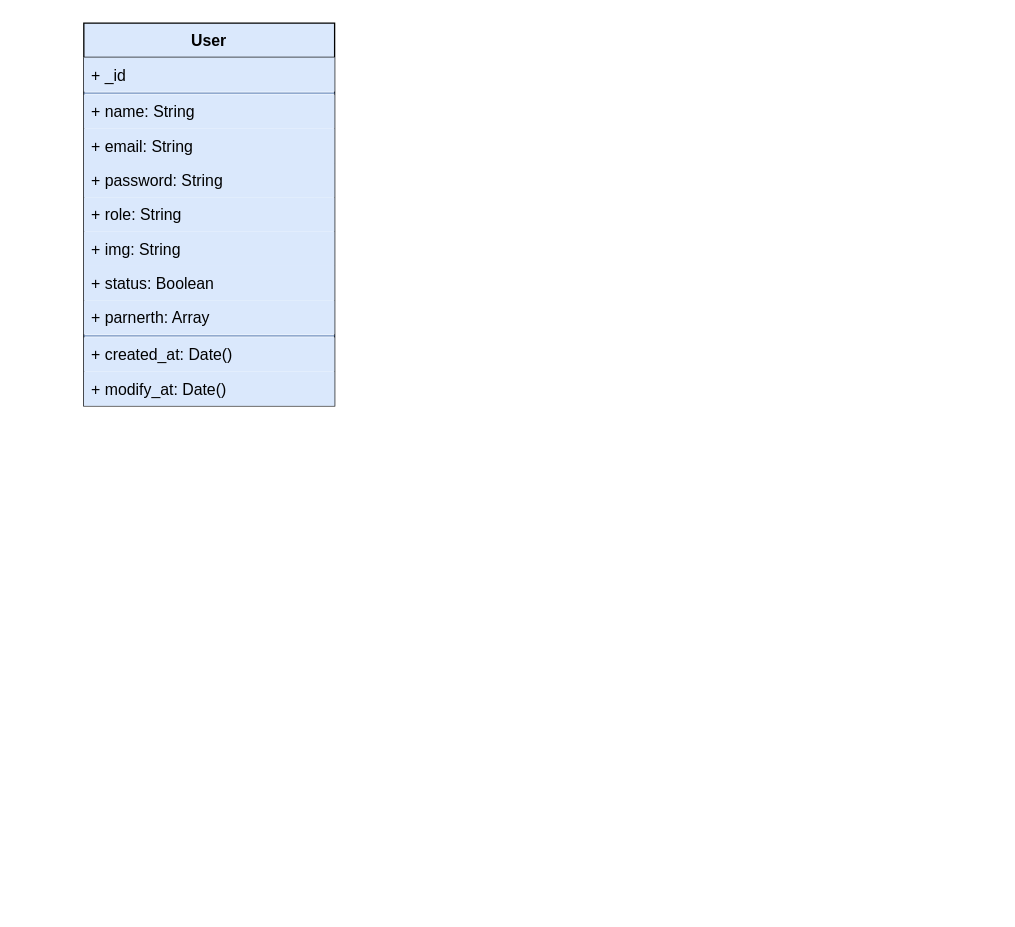
This is Alain Boutique DB diagram.drawio from plazmediaLab/alain-boutique-api, a draw.io file, before an edit. Source tidied: cells renumbered, new cells numbered last; positions are measured from the earlier drawing's top-left corner, leaving out a move shared by most shapes. Both pictures are drawn from the tidied source at 132%, with x=0, y=0 at pixel (83, 22).
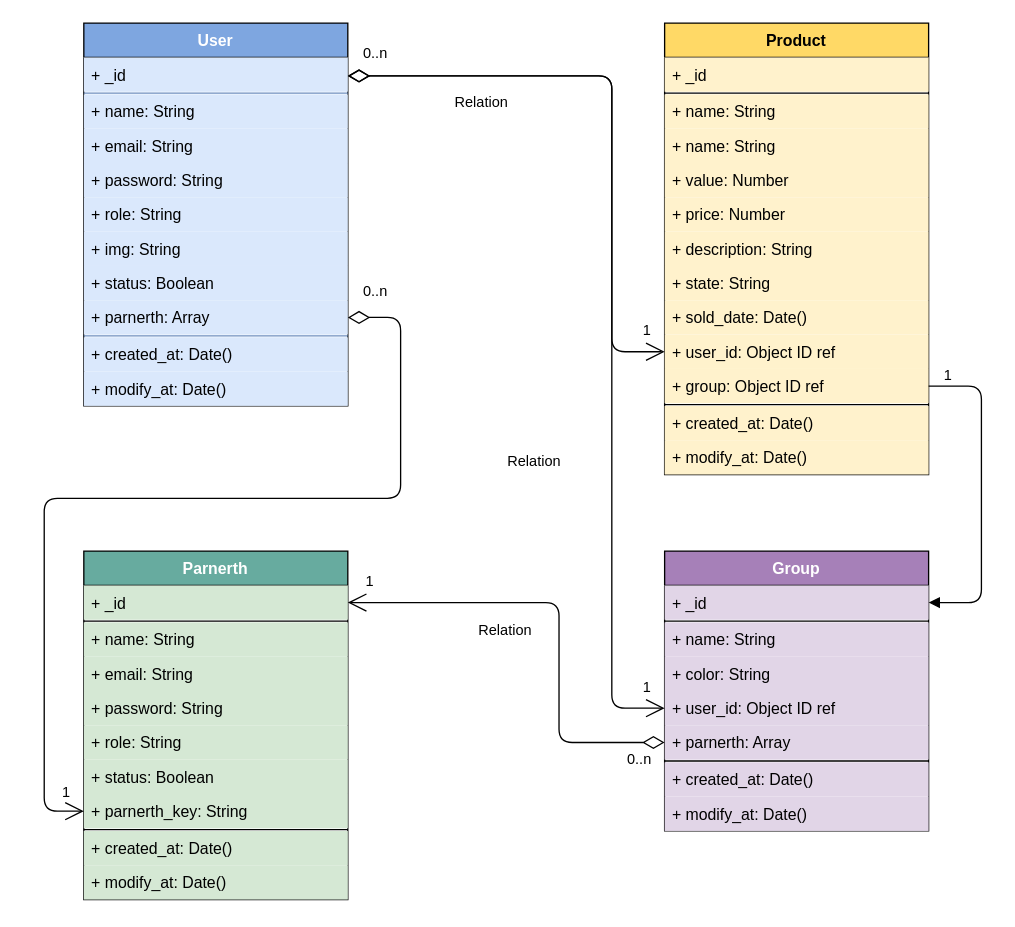
The same diagram, later.

What changed in the source:
```diff
@@
-<mxGraphModel>
+<mxGraphModel background="#ffffff">
@@
-    <mxCell id="2" value="User" style="swimlane;fontStyle=1;align=center;verticalAlign=top;horizontal=1;startSize=26;fillColor=#dae8fc;" parent="1" vertex="1">
-      <mxGeometry width="190" height="290" as="geometry" />
+    <mxCell id="2" value="User" style="swimlane;fontStyle=1;align=center;verticalAlign=top;horizontal=1;startSize=26;fillColor=#7EA6E0;fontColor=#FFFFFF;" parent="1" vertex="1">
+      <mxGeometry width="200" height="290" as="geometry" />
     </mxCell>
     <mxCell id="3" value="+ _id" style="text;fillColor=#dae8fc;align=left;verticalAlign=top;spacingLeft=4;spacingRight=4;overflow=hidden;" parent="2" vertex="1">
-      <mxGeometry y="26" width="190" height="26" as="geometry" />
+      <mxGeometry y="26" width="200" height="26" as="geometry" />
     </mxCell>
     <mxCell id="4" style="line;strokeWidth=1;align=left;verticalAlign=middle;spacingTop=-1;spacingLeft=3;spacingRight=3;labelPosition=right;fillColor=#dae8fc;strokeColor=#6c8ebf;" parent="2" vertex="1">
-      <mxGeometry y="52" width="190" height="2" as="geometry" />
+      <mxGeometry y="52" width="200" height="2" as="geometry" />
     </mxCell>
     <mxCell id="5" value="+ name: String" style="text;fillColor=#dae8fc;align=left;verticalAlign=top;spacingLeft=4;spacingRight=4;overflow=hidden;fontStyle=0;" parent="2" vertex="1">
-      <mxGeometry y="54" width="190" height="26" as="geometry" />
+      <mxGeometry y="54" width="200" height="26" as="geometry" />
     </mxCell>
     <mxCell id="6" value="+ email: String" style="text;fillColor=#dae8fc;align=left;verticalAlign=top;spacingLeft=4;spacingRight=4;overflow=hidden;" parent="2" vertex="1">
-      <mxGeometry y="80" width="190" height="26" as="geometry" />
+      <mxGeometry y="80" width="200" height="26" as="geometry" />
     </mxCell>
     <mxCell id="7" value="+ password: String" style="text;fillColor=#dae8fc;align=left;verticalAlign=top;spacingLeft=4;spacingRight=4;overflow=hidden;" parent="2" vertex="1">
-      <mxGeometry y="106" width="190" height="26" as="geometry" />
+      <mxGeometry y="106" width="200" height="26" as="geometry" />
     </mxCell>
     <mxCell id="8" value="+ role: String" style="text;fillColor=#dae8fc;align=left;verticalAlign=top;spacingLeft=4;spacingRight=4;overflow=hidden;" parent="2" vertex="1">
-      <mxGeometry y="132" width="190" height="26" as="geometry" />
+      <mxGeometry y="132" width="200" height="26" as="geometry" />
     </mxCell>
     <mxCell id="9" value="+ img: String" style="text;fillColor=#dae8fc;align=left;verticalAlign=top;spacingLeft=4;spacingRight=4;overflow=hidden;" parent="2" vertex="1">
-      <mxGeometry y="158" width="190" height="26" as="geometry" />
+      <mxGeometry y="158" width="200" height="26" as="geometry" />
     </mxCell>
     <mxCell id="10" value="+ status: Boolean" style="text;fillColor=#dae8fc;align=left;verticalAlign=top;spacingLeft=4;spacingRight=4;overflow=hidden;" parent="2" vertex="1">
-      <mxGeometry y="184" width="190" height="26" as="geometry" />
+      <mxGeometry y="184" width="200" height="26" as="geometry" />
     </mxCell>
     <mxCell id="11" value="+ parnerth: Array" style="text;fillColor=#dae8fc;align=left;verticalAlign=top;spacingLeft=4;spacingRight=4;overflow=hidden;points=[[0,0.5],[1,0.5]];portConstraint=eastwest;" parent="2" vertex="1">
-      <mxGeometry y="210" width="190" height="26" as="geometry" />
+      <mxGeometry y="210" width="200" height="26" as="geometry" />
     </mxCell>
     <mxCell id="12" style="line;strokeWidth=1;align=left;verticalAlign=middle;spacingTop=-1;spacingLeft=3;spacingRight=3;labelPosition=right;fillColor=#dae8fc;strokeColor=#6c8ebf;" parent="2" vertex="1">
-      <mxGeometry y="236" width="190" height="2" as="geometry" />
+      <mxGeometry y="236" width="200" height="2" as="geometry" />
     </mxCell>
     <mxCell id="13" value="+ created_at: Date()" style="text;fillColor=#dae8fc;align=left;verticalAlign=top;spacingLeft=4;spacingRight=4;overflow=hidden;fontStyle=0;" parent="2" vertex="1">
-      <mxGeometry y="238" width="190" height="26" as="geometry" />
+      <mxGeometry y="238" width="200" height="26" as="geometry" />
     </mxCell>
     <mxCell id="14" value="+ modify_at: Date()" style="text;fillColor=#dae8fc;align=left;verticalAlign=top;spacingLeft=4;spacingRight=4;overflow=hidden;fontStyle=0;" parent="2" vertex="1">
-      <mxGeometry y="264" width="190" height="26" as="geometry" />
+      <mxGeometry y="264" width="200" height="26" as="geometry" />
     </mxCell>
+    <mxCell id="15" value="Parnerth" style="swimlane;fontStyle=1;align=center;verticalAlign=top;horizontal=1;startSize=26;fillColor=#67AB9F;fontColor=#FFFFFF;" parent="1" vertex="1">
+      <mxGeometry y="400" width="200" height="264" as="geometry" />
+    </mxCell>
+    <mxCell id="16" value="+ _id" style="text;fillColor=#d5e8d4;align=left;verticalAlign=top;spacingLeft=4;spacingRight=4;overflow=hidden;points=[[0,0.5],[1,0.5]];portConstraint=eastwest;" parent="15" vertex="1">
+      <mxGeometry y="26" width="200" height="26" as="geometry" />
+    </mxCell>
+    <mxCell id="17" style="line;strokeWidth=1;fillColor=none;align=left;verticalAlign=middle;spacingTop=-1;spacingLeft=3;spacingRight=3;labelPosition=right;" parent="15" vertex="1">
+      <mxGeometry y="52" width="200" height="2" as="geometry" />
+    </mxCell>
+    <mxCell id="18" value="+ name: String" style="text;fillColor=#d5e8d4;align=left;verticalAlign=top;spacingLeft=4;spacingRight=4;overflow=hidden;fontStyle=0;" parent="15" vertex="1">
+      <mxGeometry y="54" width="200" height="26" as="geometry" />
+    </mxCell>
+    <mxCell id="19" value="+ email: String" style="text;fillColor=#d5e8d4;align=left;verticalAlign=top;spacingLeft=4;spacingRight=4;overflow=hidden;fontStyle=0;" parent="15" vertex="1">
+      <mxGeometry y="80" width="200" height="26" as="geometry" />
+    </mxCell>
+    <mxCell id="20" value="+ password: String" style="text;fillColor=#d5e8d4;align=left;verticalAlign=top;spacingLeft=4;spacingRight=4;overflow=hidden;fontStyle=0;" parent="15" vertex="1">
+      <mxGeometry y="106" width="200" height="26" as="geometry" />
+    </mxCell>
+    <mxCell id="21" value="+ role: String" style="text;fillColor=#d5e8d4;align=left;verticalAlign=top;spacingLeft=4;spacingRight=4;overflow=hidden;fontStyle=0;" parent="15" vertex="1">
+      <mxGeometry y="132" width="200" height="26" as="geometry" />
+    </mxCell>
+    <mxCell id="22" value="+ status: Boolean" style="text;fillColor=#d5e8d4;align=left;verticalAlign=top;spacingLeft=4;spacingRight=4;overflow=hidden;fontStyle=0;" parent="15" vertex="1">
+      <mxGeometry y="158" width="200" height="26" as="geometry" />
+    </mxCell>
+    <mxCell id="23" value="+ parnerth_key: String" style="text;fillColor=#d5e8d4;align=left;verticalAlign=top;spacingLeft=4;spacingRight=4;overflow=hidden;points=[[0,0.5],[1,0.5]];portConstraint=eastwest;fontStyle=0;" parent="15" vertex="1">
+      <mxGeometry y="184" width="200" height="26" as="geometry" />
+    </mxCell>
+    <mxCell id="24" style="line;strokeWidth=1;fillColor=none;align=left;verticalAlign=middle;spacingTop=-1;spacingLeft=3;spacingRight=3;labelPosition=right;" parent="15" vertex="1">
+      <mxGeometry y="210" width="200" height="2" as="geometry" />
+    </mxCell>
+    <mxCell id="25" value="+ created_at: Date()" style="text;fillColor=#d5e8d4;align=left;verticalAlign=top;spacingLeft=4;spacingRight=4;overflow=hidden;fontStyle=0;" parent="15" vertex="1">
+      <mxGeometry y="212" width="200" height="26" as="geometry" />
+    </mxCell>
+    <mxCell id="26" value="+ modify_at: Date()" style="text;fillColor=#d5e8d4;align=left;verticalAlign=top;spacingLeft=4;spacingRight=4;overflow=hidden;fontStyle=0;" parent="15" vertex="1">
+      <mxGeometry y="238" width="200" height="26" as="geometry" />
+    </mxCell>
+    <mxCell id="27" value="Group" style="swimlane;fontStyle=1;align=center;verticalAlign=top;horizontal=1;startSize=26;fontColor=#FFFFFF;fillColor=#A680B8;" parent="1" vertex="1">
+      <mxGeometry x="440" y="400" width="200" height="212" as="geometry" />
+    </mxCell>
+    <mxCell id="28" value="+ _id" style="text;fillColor=#e1d5e7;align=left;verticalAlign=top;spacingLeft=4;spacingRight=4;overflow=hidden;points=[[0,0.5],[1,0.5]];portConstraint=eastwest;" parent="27" vertex="1">
+      <mxGeometry y="26" width="200" height="26" as="geometry" />
+    </mxCell>
+    <mxCell id="29" style="line;strokeWidth=1;fillColor=none;align=left;verticalAlign=middle;spacingTop=-1;spacingLeft=3;spacingRight=3;labelPosition=right;" parent="27" vertex="1">
+      <mxGeometry y="52" width="200" height="2" as="geometry" />
+    </mxCell>
+    <mxCell id="30" value="+ name: String" style="text;fillColor=#e1d5e7;align=left;verticalAlign=top;spacingLeft=4;spacingRight=4;overflow=hidden;fontStyle=0;" parent="27" vertex="1">
+      <mxGeometry y="54" width="200" height="26" as="geometry" />
+    </mxCell>
+    <mxCell id="31" value="+ color: String" style="text;fillColor=#e1d5e7;align=left;verticalAlign=top;spacingLeft=4;spacingRight=4;overflow=hidden;fontStyle=0;" parent="27" vertex="1">
+      <mxGeometry y="80" width="200" height="26" as="geometry" />
+    </mxCell>
+    <mxCell id="32" value="+ user_id: Object ID ref" style="text;fillColor=#e1d5e7;align=left;verticalAlign=top;spacingLeft=4;spacingRight=4;overflow=hidden;points=[[0,0.5],[1,0.5]];portConstraint=eastwest;fontStyle=0;" parent="27" vertex="1">
+      <mxGeometry y="106" width="200" height="26" as="geometry" />
+    </mxCell>
+    <mxCell id="33" value="+ parnerth: Array" style="text;fillColor=#e1d5e7;align=left;verticalAlign=top;spacingLeft=4;spacingRight=4;overflow=hidden;points=[[0,0.5],[1,0.5]];portConstraint=eastwest;" parent="27" vertex="1">
+      <mxGeometry y="132" width="200" height="26" as="geometry" />
+    </mxCell>
+    <mxCell id="34" style="line;strokeWidth=1;fillColor=none;align=left;verticalAlign=middle;spacingTop=-1;spacingLeft=3;spacingRight=3;labelPosition=right;" parent="27" vertex="1">
+      <mxGeometry y="158" width="200" height="2" as="geometry" />
+    </mxCell>
+    <mxCell id="35" value="+ created_at: Date()" style="text;fillColor=#e1d5e7;align=left;verticalAlign=top;spacingLeft=4;spacingRight=4;overflow=hidden;fontStyle=0;" parent="27" vertex="1">
+      <mxGeometry y="160" width="200" height="26" as="geometry" />
+    </mxCell>
+    <mxCell id="36" value="+ modify_at: Date()" style="text;fillColor=#e1d5e7;align=left;verticalAlign=top;spacingLeft=4;spacingRight=4;overflow=hidden;fontStyle=0;" parent="27" vertex="1">
+      <mxGeometry y="186" width="200" height="26" as="geometry" />
+    </mxCell>
+    <mxCell id="37" value="Product" style="swimlane;fontStyle=1;align=center;verticalAlign=top;horizontal=1;startSize=26;fillColor=#FFD966;" parent="1" vertex="1">
+      <mxGeometry x="440" width="200" height="342" as="geometry" />
+    </mxCell>
+    <mxCell id="38" value="+ _id" style="text;fillColor=#fff2cc;align=left;verticalAlign=top;spacingLeft=4;spacingRight=4;overflow=hidden;" parent="37" vertex="1">
+      <mxGeometry y="26" width="200" height="26" as="geometry" />
+    </mxCell>
+    <mxCell id="39" style="line;strokeWidth=1;fillColor=none;align=left;verticalAlign=middle;spacingTop=-1;spacingLeft=3;spacingRight=3;labelPosition=right;" parent="37" vertex="1">
+      <mxGeometry y="52" width="200" height="2" as="geometry" />
+    </mxCell>
+    <mxCell id="40" value="+ name: String" style="text;fillColor=#fff2cc;align=left;verticalAlign=top;spacingLeft=4;spacingRight=4;overflow=hidden;fontStyle=0;" parent="37" vertex="1">
+      <mxGeometry y="54" width="200" height="26" as="geometry" />
+    </mxCell>
+    <mxCell id="41" value="+ name: String" style="text;fillColor=#fff2cc;align=left;verticalAlign=top;spacingLeft=4;spacingRight=4;overflow=hidden;fontStyle=0;" parent="37" vertex="1">
+      <mxGeometry y="80" width="200" height="26" as="geometry" />
+    </mxCell>
+    <mxCell id="42" value="+ value: Number" style="text;fillColor=#fff2cc;align=left;verticalAlign=top;spacingLeft=4;spacingRight=4;overflow=hidden;" parent="37" vertex="1">
+      <mxGeometry y="106" width="200" height="26" as="geometry" />
+    </mxCell>
+    <mxCell id="43" value="+ price: Number" style="text;fillColor=#fff2cc;align=left;verticalAlign=top;spacingLeft=4;spacingRight=4;overflow=hidden;" parent="37" vertex="1">
+      <mxGeometry y="132" width="200" height="26" as="geometry" />
+    </mxCell>
+    <mxCell id="44" value="+ description: String" style="text;fillColor=#fff2cc;align=left;verticalAlign=top;spacingLeft=4;spacingRight=4;overflow=hidden;" parent="37" vertex="1">
+      <mxGeometry y="158" width="200" height="26" as="geometry" />
+    </mxCell>
+    <mxCell id="45" value="+ state: String" style="text;fillColor=#fff2cc;align=left;verticalAlign=top;spacingLeft=4;spacingRight=4;overflow=hidden;" parent="37" vertex="1">
+      <mxGeometry y="184" width="200" height="26" as="geometry" />
+    </mxCell>
+    <mxCell id="46" value="+ sold_date: Date()" style="text;fillColor=#fff2cc;align=left;verticalAlign=top;spacingLeft=4;spacingRight=4;overflow=hidden;" parent="37" vertex="1">
+      <mxGeometry y="210" width="200" height="26" as="geometry" />
+    </mxCell>
+    <mxCell id="47" value="+ user_id: Object ID ref" style="text;fillColor=#fff2cc;align=left;verticalAlign=top;spacingLeft=4;spacingRight=4;overflow=hidden;points=[[0,0.5],[1,0.5]];portConstraint=eastwest;fontStyle=0;" parent="37" vertex="1">
+      <mxGeometry y="236" width="200" height="26" as="geometry" />
+    </mxCell>
+    <mxCell id="48" value="+ group: Object ID ref" style="text;fillColor=#fff2cc;align=left;verticalAlign=top;spacingLeft=4;spacingRight=4;overflow=hidden;points=[[0,0.5],[1,0.5]];portConstraint=eastwest;" parent="37" vertex="1">
+      <mxGeometry y="262" width="200" height="26" as="geometry" />
+    </mxCell>
+    <mxCell id="49" style="line;strokeWidth=1;fillColor=none;align=left;verticalAlign=middle;spacingTop=-1;spacingLeft=3;spacingRight=3;labelPosition=right;" parent="37" vertex="1">
+      <mxGeometry y="288" width="200" height="2" as="geometry" />
+    </mxCell>
+    <mxCell id="50" value="+ created_at: Date()" style="text;fillColor=#fff2cc;align=left;verticalAlign=top;spacingLeft=4;spacingRight=4;overflow=hidden;fontStyle=0;" parent="37" vertex="1">
+      <mxGeometry y="290" width="200" height="26" as="geometry" />
+    </mxCell>
+    <mxCell id="51" value="+ modify_at: Date()" style="text;fillColor=#fff2cc;align=left;verticalAlign=top;spacingLeft=4;spacingRight=4;overflow=hidden;fontStyle=0;" parent="37" vertex="1">
+      <mxGeometry y="316" width="200" height="26" as="geometry" />
+    </mxCell>
+    <mxCell id="52" style="endArrow=open;html=1;endSize=12;startArrow=diamondThin;startSize=14;startFill=0;edgeStyle=orthogonalEdgeStyle;entryX=0;entryY=0.5;entryDx=0;entryDy=0;" parent="1" edge="1" target="47">
+      <mxGeometry x="0.47" y="-40" relative="1" as="geometry">
+        <mxPoint x="200" y="40" as="sourcePoint" />
+        <Array as="points">
+          <mxPoint x="400" y="40" />
+          <mxPoint x="400" y="249" />
+        </Array>
+      </mxGeometry>
+    </mxCell>
+    <mxCell id="53" value="1" style="edgeLabel;html=1;align=right;verticalAlign=top;" parent="52" vertex="1">
+      <mxGeometry x="1" relative="1" as="geometry">
+        <mxPoint x="-10" y="-29" as="offset" />
+      </mxGeometry>
+    </mxCell>
+    <mxCell id="54" value="Relation" style="endArrow=open;html=1;endSize=12;startArrow=diamondThin;startSize=14;startFill=0;edgeStyle=orthogonalEdgeStyle;entryX=0;entryY=0.5;entryDx=0;entryDy=0;exitX=1;exitY=0.5;exitDx=0;exitDy=0;" parent="1" edge="1" source="11" target="23">
+      <mxGeometry x="-0.89" y="-62" relative="1" as="geometry">
+        <Array as="points">
+          <mxPoint x="240" y="223" />
+          <mxPoint x="240" y="360" />
+          <mxPoint x="-30" y="360" />
+          <mxPoint x="-30" y="597" />
+        </Array>
+        <mxPoint x="102" y="47" as="offset" />
+      </mxGeometry>
+    </mxCell>
+    <mxCell id="55" value="0..n" style="edgeLabel;html=1;align=left;verticalAlign=top;" parent="54" vertex="1">
+      <mxGeometry x="-1" relative="1" as="geometry">
+        <mxPoint x="10" y="-33" as="offset" />
+      </mxGeometry>
+    </mxCell>
+    <mxCell id="56" value="1" style="edgeLabel;html=1;align=right;verticalAlign=top;" parent="54" vertex="1">
+      <mxGeometry x="1" relative="1" as="geometry">
+        <mxPoint x="-10" y="-27" as="offset" />
+      </mxGeometry>
+    </mxCell>
+    <mxCell id="57" value="Relation" style="endArrow=open;html=1;endSize=12;startArrow=diamondThin;startSize=14;startFill=0;edgeStyle=orthogonalEdgeStyle;entryX=0;entryY=0.5;entryDx=0;entryDy=0;" parent="1" edge="1" target="32">
+      <mxGeometry x="-0.72" y="-20" relative="1" as="geometry">
+        <mxPoint x="200" y="40" as="sourcePoint" />
+        <Array as="points">
+          <mxPoint x="400" y="40" />
+          <mxPoint x="400" y="519" />
+        </Array>
+      </mxGeometry>
+    </mxCell>
+    <mxCell id="58" value="0..n" style="edgeLabel;html=1;align=left;verticalAlign=top;" parent="57" vertex="1">
+      <mxGeometry x="-1" relative="1" as="geometry">
+        <mxPoint x="10" y="-30" as="offset" />
+      </mxGeometry>
+    </mxCell>
+    <mxCell id="59" value="1" style="edgeLabel;html=1;align=right;verticalAlign=top;" parent="57" vertex="1">
+      <mxGeometry x="1" relative="1" as="geometry">
+        <mxPoint x="-10" y="-29" as="offset" />
+      </mxGeometry>
+    </mxCell>
+    <mxCell id="60" style="endArrow=block;endFill=1;html=1;edgeStyle=orthogonalEdgeStyle;align=left;verticalAlign=top;entryX=1;entryY=0.5;entryDx=0;entryDy=0;exitX=1;exitY=0.5;exitDx=0;exitDy=0;" parent="1" edge="1" source="48" target="28">
+      <mxGeometry x="-0.67" y="36" relative="1" as="geometry">
+        <Array as="points">
+          <mxPoint x="680" y="275" />
+          <mxPoint x="680" y="439" />
+        </Array>
+        <mxPoint x="-26" y="-35" as="offset" />
+      </mxGeometry>
+    </mxCell>
+    <mxCell id="61" value="1" style="edgeLabel;html=1;align=left;verticalAlign=bottom;" parent="60" vertex="1">
+      <mxGeometry x="-1" relative="1" as="geometry">
+        <mxPoint x="10" as="offset" />
+      </mxGeometry>
+    </mxCell>
+    <mxCell id="62" value="Relation" style="endArrow=open;html=1;endSize=12;startArrow=diamondThin;startSize=14;startFill=0;edgeStyle=orthogonalEdgeStyle;exitX=0;exitY=0.5;exitDx=0;exitDy=0;entryX=1;entryY=0.5;entryDx=0;entryDy=0;" parent="1" edge="1" source="33" target="16">
+      <mxGeometry x="0.31" y="21" relative="1" as="geometry">
+        <Array as="points">
+          <mxPoint x="360" y="545" />
+          <mxPoint x="360" y="439" />
+        </Array>
+      </mxGeometry>
+    </mxCell>
+    <mxCell id="63" value="0..n" style="edgeLabel;html=1;align=left;verticalAlign=top;" parent="62" vertex="1">
+      <mxGeometry x="-1" relative="1" as="geometry">
+        <mxPoint x="-30" as="offset" />
+      </mxGeometry>
+    </mxCell>
+    <mxCell id="64" value="1" style="edgeLabel;html=1;align=right;verticalAlign=top;" parent="62" vertex="1">
+      <mxGeometry x="1" relative="1" as="geometry">
+        <mxPoint x="20" y="-29" as="offset" />
+      </mxGeometry>
+    </mxCell>
```
